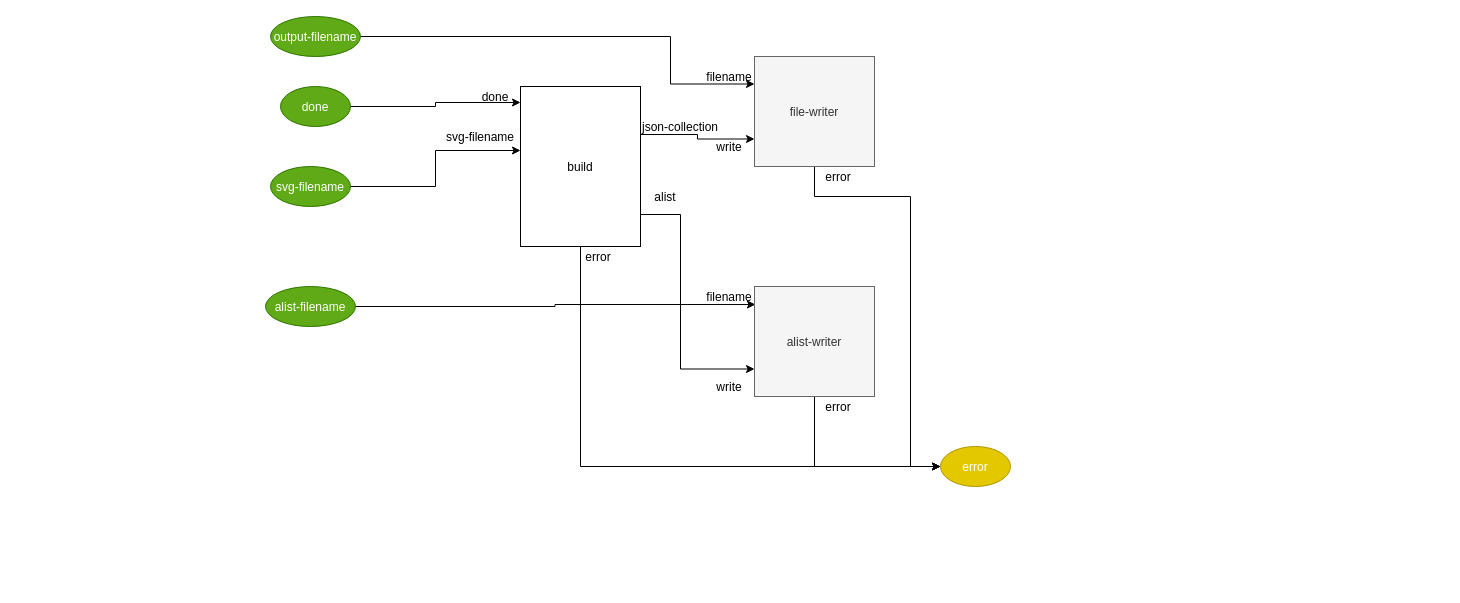
Above: page "build-json" (2 of 5) of build_process/parts/diagram/build.drawio in bmfbp/bmfbp (draw.io), before the change. Source tidied: cells renumbered, new cells numbered last; positions are measured from the earlier drawing's top-left corner, leaving out a move shared by most shapes. Both pictures are drawn from the tidied source at 100%, with x=0, y=0 at pixel (265, 16).
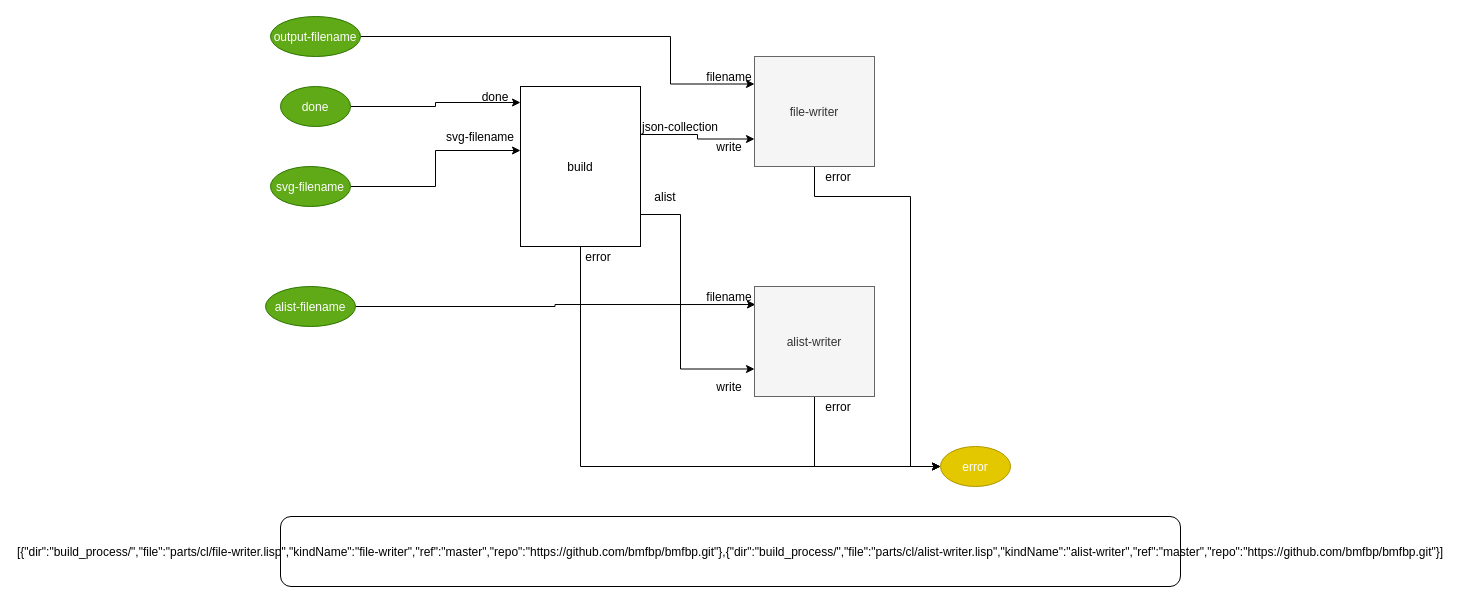
Above is the later version.

The edit, as a diff of the source:
```diff
@@
+    <mxCell id="30" value="[{&quot;dir&quot;:&quot;build_process/&quot;,&quot;file&quot;:&quot;parts/cl/file-writer.lisp&quot;,&quot;kindName&quot;:&quot;file-writer&quot;,&quot;ref&quot;:&quot;master&quot;,&quot;repo&quot;:&quot;https://github.com/bmfbp/bmfbp.git&quot;},{&quot;dir&quot;:&quot;build_process/&quot;,&quot;file&quot;:&quot;parts/cl/alist-writer.lisp&quot;,&quot;kindName&quot;:&quot;alist-writer&quot;,&quot;ref&quot;:&quot;master&quot;,&quot;repo&quot;:&quot;https://github.com/bmfbp/bmfbp.git&quot;}]" style="rounded=1;" parent="1" vertex="1">
+      <mxGeometry x="15" y="500" width="900" height="70" as="geometry" />
+    </mxCell>
```
